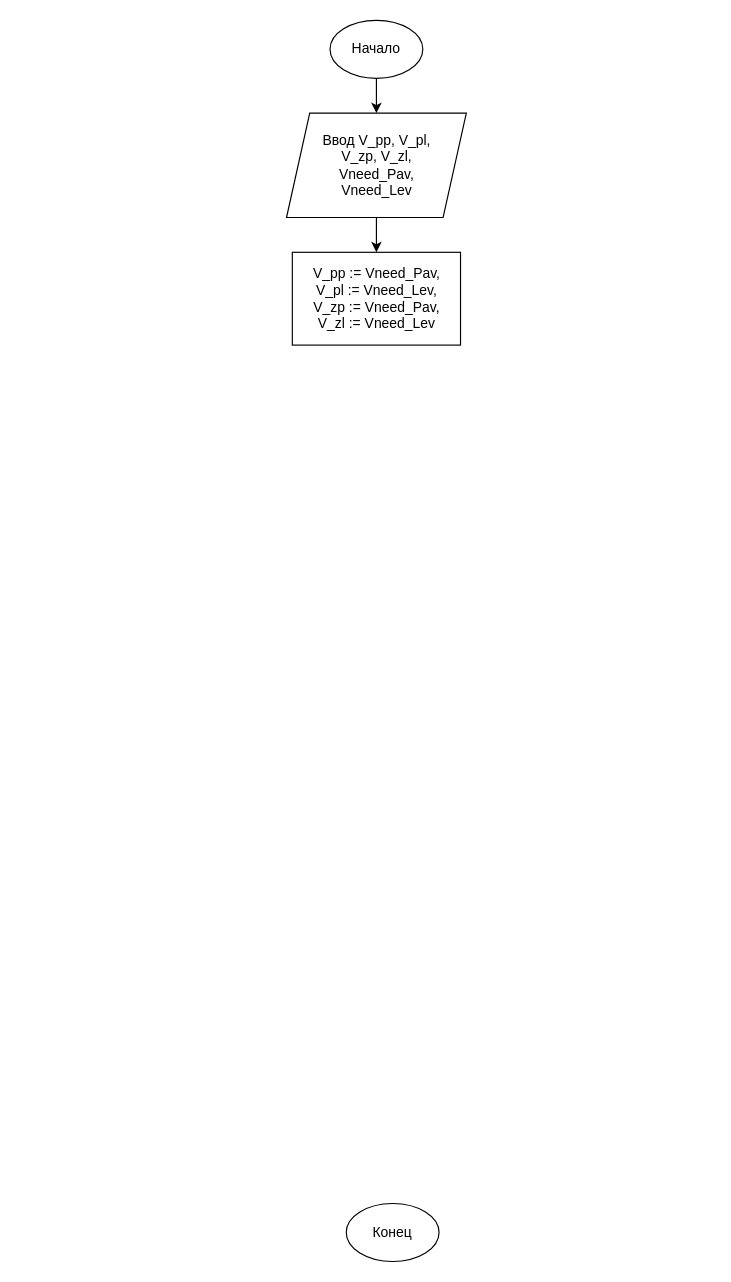
Above: Наработки/Untitled Diagram.drawio in AlexRussellGit/VKR---Russell-Alexander (draw.io), before the change. Source tidied: cells renumbered, new cells numbered last; positions are measured from the earlier drawing's top-left corner, leaving out a move shared by most shapes. Both pictures are drawn from the tidied source at 116%, with x=0, y=0 at pixel (285, 20).
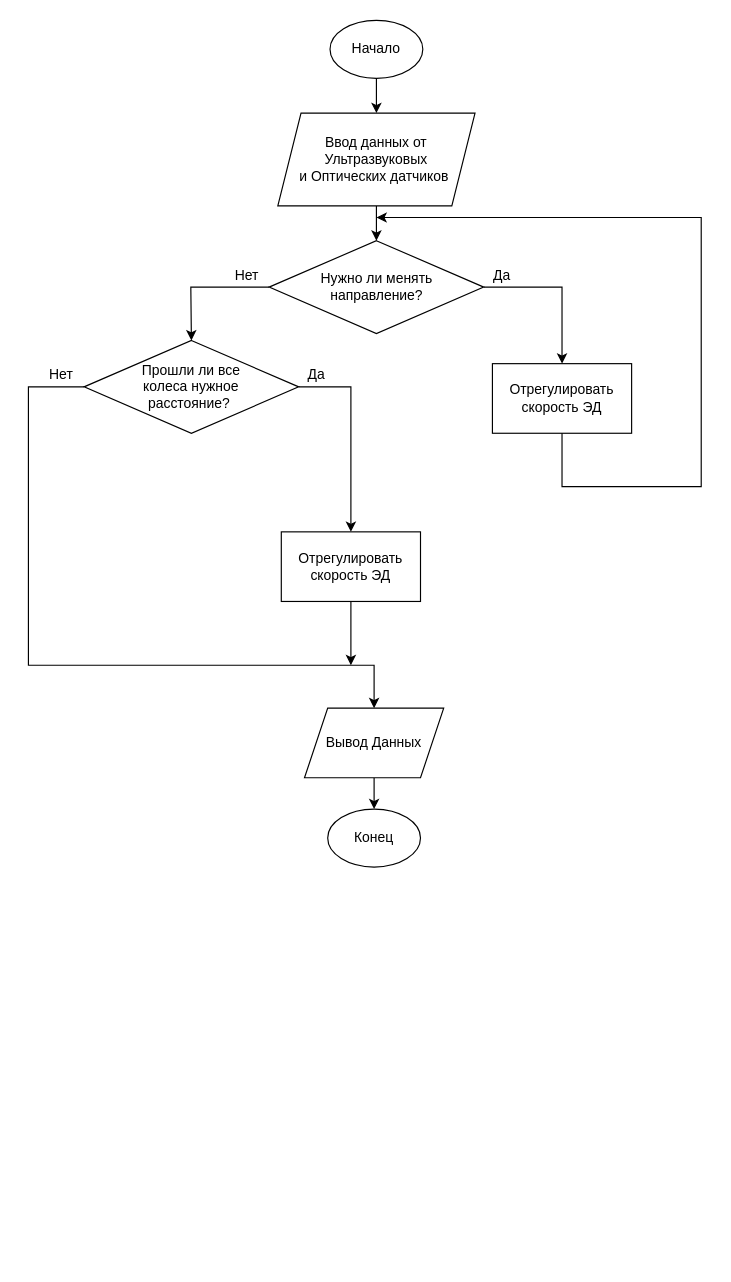
The same page after the edit.

The change refers to these unchanged cells:
```xml
<mxCell id="2" value="Начало" style="ellipse;whiteSpace=wrap;html=1;" parent="1" vertex="1">
  <mxGeometry x="38" width="80" height="50" as="geometry" />
</mxCell>
```

Change to the diagram source:
```diff
@@
+    <mxCell id="4" style="endArrow=classic;html=1;rounded=0;exitX=0.5;exitY=1;exitDx=0;exitDy=0;entryX=0.5;entryY=0;entryDx=0;entryDy=0;" parent="1" edge="1" source="2" target="25">
+      <mxGeometry relative="1" as="geometry" />
+    </mxCell>
+    <mxCell id="8" style="edgeStyle=orthogonalEdgeStyle;rounded=0;jettySize=auto;html=1;exitX=0.5;exitY=1;exitDx=0;exitDy=0;entryX=0.5;entryY=0;entryDx=0;entryDy=0;" parent="1" edge="1" target="9">
+      <mxGeometry relative="1" as="geometry">
+        <mxPoint x="78" y="160" as="sourcePoint" />
+      </mxGeometry>
+    </mxCell>
+    <mxCell id="9" value="Нужно ли менять &lt;br&gt;направление?" style="rhombus;whiteSpace=wrap;html=1;" parent="1" vertex="1">
+      <mxGeometry x="-14.5" y="190" width="185" height="80" as="geometry" />
+    </mxCell>
+    <mxCell id="10" style="endArrow=classic;html=1;rounded=0;exitX=1;exitY=0.5;exitDx=0;exitDy=0;" parent="1" edge="1" source="9" target="11">
+      <mxGeometry relative="1" as="geometry">
+        <Array as="points">
+          <mxPoint x="238" y="230" />
+        </Array>
+      </mxGeometry>
+    </mxCell>
+    <mxCell id="11" value="Отрегулировать скорость ЭД" style="rounded=0;whiteSpace=wrap;html=1;" parent="1" vertex="1">
+      <mxGeometry x="178" y="296" width="120" height="60" as="geometry" />
+    </mxCell>
+    <mxCell id="12" style="endArrow=classic;html=1;rounded=0;exitX=0;exitY=0.5;exitDx=0;exitDy=0;entryX=0.5;entryY=0;entryDx=0;entryDy=0;" parent="1" edge="1" source="9" target="14">
+      <mxGeometry relative="1" as="geometry">
+        <Array as="points">
+          <mxPoint x="-82" y="230" />
+        </Array>
+      </mxGeometry>
+    </mxCell>
+    <mxCell id="13" style="endArrow=classic;html=1;rounded=0;" parent="1" edge="1" source="11">
+      <mxGeometry relative="1" as="geometry">
+        <mxPoint x="78" y="170" as="targetPoint" />
+        <Array as="points">
+          <mxPoint x="238" y="402" />
+          <mxPoint x="358" y="402" />
+          <mxPoint x="358" y="170" />
+        </Array>
+      </mxGeometry>
+    </mxCell>
+    <mxCell id="14" value="Прошли ли все &lt;br&gt;колеса нужное &lt;br&gt;расстояние?&amp;nbsp;" style="rhombus;whiteSpace=wrap;html=1;" parent="1" vertex="1">
+      <mxGeometry x="-174" y="276" width="185" height="80" as="geometry" />
+    </mxCell>
+    <mxCell id="15" style="endArrow=classic;html=1;rounded=0;exitX=1;exitY=0.5;exitDx=0;exitDy=0;" parent="1" edge="1" source="14" target="16">
+      <mxGeometry relative="1" as="geometry">
+        <Array as="points">
+          <mxPoint x="56" y="316" />
+        </Array>
+      </mxGeometry>
+    </mxCell>
+    <mxCell id="16" value="Отрегулировать скорость ЭД" style="rounded=0;whiteSpace=wrap;html=1;" parent="1" vertex="1">
+      <mxGeometry x="-4" y="441" width="120" height="60" as="geometry" />
+    </mxCell>
+    <mxCell id="17" style="endArrow=classic;html=1;rounded=0;exitX=0;exitY=0.5;exitDx=0;exitDy=0;" parent="1" edge="1" source="14" target="24">
+      <mxGeometry relative="1" as="geometry">
+        <Array as="points">
+          <mxPoint x="-222" y="316" />
+          <mxPoint x="-222" y="556" />
+          <mxPoint x="76" y="556" />
+        </Array>
+      </mxGeometry>
+    </mxCell>
     <mxCell id="3" value="Конец" style="ellipse;whiteSpace=wrap;html=1;" parent="1" vertex="1">
-      <mxGeometry x="52" y="1020" width="80" height="50" as="geometry" />
+      <mxGeometry x="36" y="680" width="80" height="50" as="geometry" />
     </mxCell>
-    <mxCell id="4" style="endArrow=classic;html=1;rounded=0;exitX=0.5;exitY=1;exitDx=0;exitDy=0;entryX=0.5;entryY=0;entryDx=0;entryDy=0;" parent="1" edge="1" source="2" target="5">
-      <mxGeometry relative="1" as="geometry" />
-    </mxCell>
-    <mxCell id="5" value="Ввод V_pp, V_pl,&lt;br&gt;V_zp, V_zl,&lt;br&gt;Vneed_Pav, &lt;br&gt;Vneed_Lev" style="shape=parallelogram;perimeter=parallelogramPerimeter;whiteSpace=wrap;html=1;fixedSize=1;" parent="1" vertex="1">
-      <mxGeometry x="0.5" y="80" width="155" height="90" as="geometry" />
-    </mxCell>
-    <mxCell id="6" style="endArrow=classic;html=1;rounded=0;exitX=0.5;exitY=1;exitDx=0;exitDy=0;entryX=0.5;entryY=0;entryDx=0;entryDy=0;" parent="1" edge="1" source="5" target="7">
-      <mxGeometry relative="1" as="geometry" />
-    </mxCell>
-    <mxCell id="7" value="V_pp := Vneed_Pav,&lt;br&gt;V_pl&amp;nbsp;:= Vneed_Lev,&lt;br&gt;V_zp&amp;nbsp;:= Vneed_Pav,&lt;br&gt;V_zl := Vneed_Lev" style="rounded=0;whiteSpace=wrap;html=1;" parent="1" vertex="1">
-      <mxGeometry x="5.5" y="200" width="145" height="80" as="geometry" />
-    </mxCell>
+    <mxCell id="18" style="endArrow=classic;html=1;rounded=0;exitX=0.5;exitY=1;exitDx=0;exitDy=0;" parent="1" edge="1" source="16">
+      <mxGeometry relative="1" as="geometry">
+        <mxPoint x="56" y="556" as="targetPoint" />
+      </mxGeometry>
+    </mxCell>
+    <mxCell id="19" value="Да" style="text;html=1;align=center;verticalAlign=middle;strokeColor=none;fillColor=none;" parent="1" vertex="1">
+      <mxGeometry x="170.5" y="210" width="30" height="20" as="geometry" />
+    </mxCell>
+    <mxCell id="20" value="Нет" style="text;html=1;align=center;verticalAlign=middle;strokeColor=none;fillColor=none;" parent="1" vertex="1">
+      <mxGeometry x="-54.5" y="210" width="40" height="20" as="geometry" />
+    </mxCell>
+    <mxCell id="21" value="Нет" style="text;html=1;align=center;verticalAlign=middle;strokeColor=none;fillColor=none;" parent="1" vertex="1">
+      <mxGeometry x="-214" y="296" width="40" height="20" as="geometry" />
+    </mxCell>
+    <mxCell id="22" value="Да" style="text;html=1;align=center;verticalAlign=middle;strokeColor=none;fillColor=none;" parent="1" vertex="1">
+      <mxGeometry x="11" y="296" width="30" height="20" as="geometry" />
+    </mxCell>
+    <mxCell id="23" style="edgeStyle=orthogonalEdgeStyle;rounded=0;jettySize=auto;html=1;" parent="1" edge="1" source="24" target="3">
+      <mxGeometry relative="1" as="geometry" />
+    </mxCell>
+    <mxCell id="24" value="Вывод Данных" style="shape=parallelogram;perimeter=parallelogramPerimeter;whiteSpace=wrap;html=1;fixedSize=1;" parent="1" vertex="1">
+      <mxGeometry x="16" y="593" width="120" height="60" as="geometry" />
+    </mxCell>
+    <mxCell id="25" value="Ввод данных от Ультразвуковых&lt;br&gt;и Оптических датчиков&amp;nbsp;" style="shape=parallelogram;perimeter=parallelogramPerimeter;whiteSpace=wrap;html=1;fixedSize=1;" parent="1" vertex="1">
+      <mxGeometry x="-7" y="80" width="170" height="80" as="geometry" />
+    </mxCell>
```
